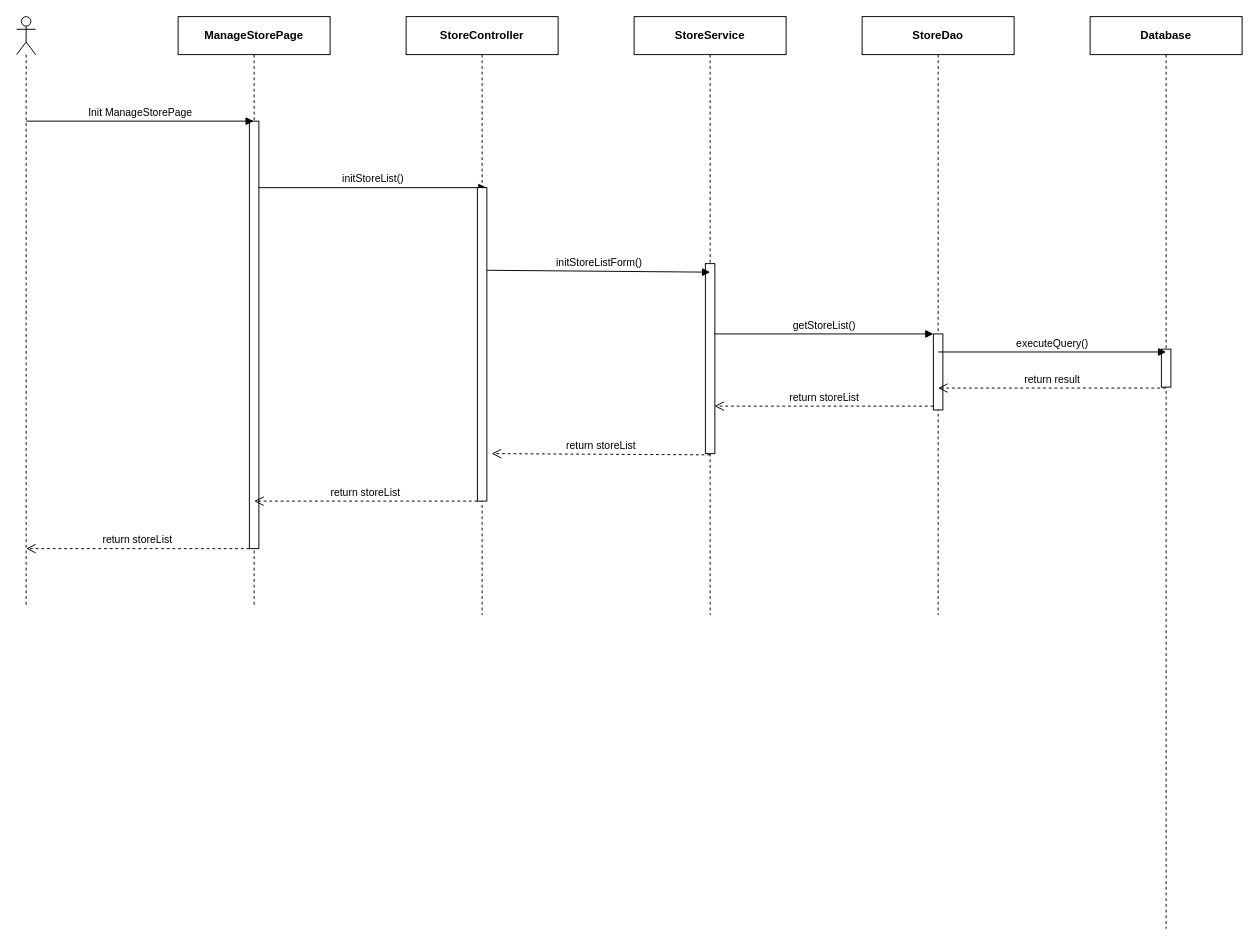
This is page "Ev01" (1 of 2) of 0. Create/Sequece/sc01/SC0100_StoreManage.drawio from luannmdev/CapstoneDocument, a draw.io file, before an edit. Source tidied: cells renumbered, new cells numbered last; positions are measured from the earlier drawing's top-left corner, leaving out a move shared by most shapes. Both pictures are drawn from the tidied source at 95%, with x=0, y=0 at pixel (16, 16).
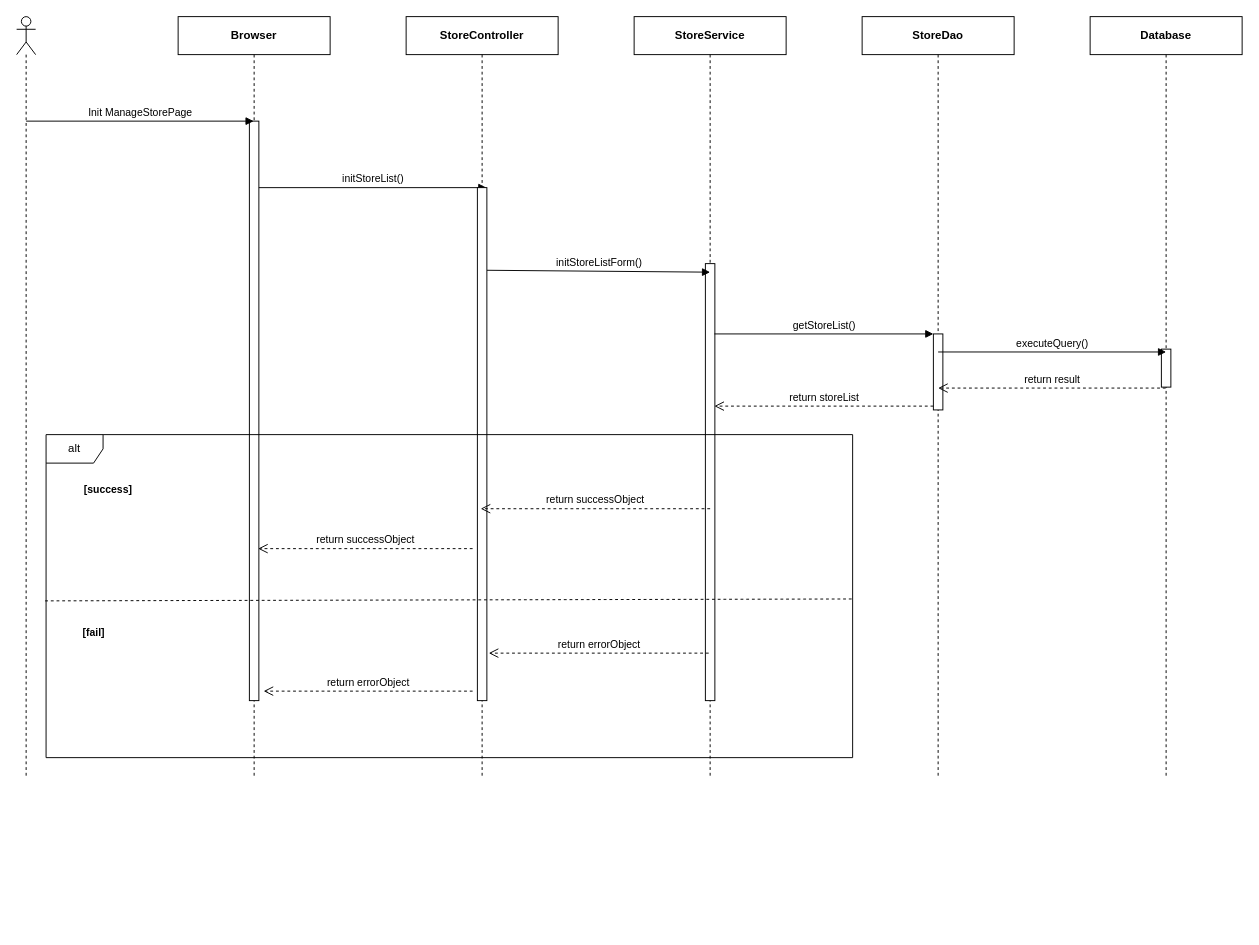
The same diagram, later.

Diff of the diagram source:
```diff
@@
     <mxCell id="2" style="shape=umlLifeline;participant=umlActor;perimeter=lifelinePerimeter;whiteSpace=wrap;html=1;verticalAlign=top;spacingTop=36;" parent="1" vertex="1">
-      <mxGeometry width="20" height="620" as="geometry" />
+      <mxGeometry width="20" height="800" as="geometry" />
     </mxCell>
-    <mxCell id="3" value="&lt;b&gt;ManageStorePage&lt;/b&gt;" style="shape=umlLifeline;perimeter=lifelinePerimeter;whiteSpace=wrap;html=1;outlineConnect=0;" parent="1" vertex="1">
-      <mxGeometry x="170" width="160" height="620" as="geometry" />
+    <mxCell id="3" value="&lt;b&gt;Browser&lt;/b&gt;" style="shape=umlLifeline;perimeter=lifelinePerimeter;whiteSpace=wrap;html=1;outlineConnect=0;" parent="1" vertex="1">
+      <mxGeometry x="170" width="160" height="800" as="geometry" />
     </mxCell>
     <mxCell id="4" style="html=1;perimeter=orthogonalPerimeter;" parent="3" vertex="1">
-      <mxGeometry x="75" y="110" width="10" height="450" as="geometry" />
+      <mxGeometry x="75" y="110" width="10" height="610" as="geometry" />
     </mxCell>
     <mxCell id="5" value="&lt;b&gt;StoreDao&lt;/b&gt;" style="shape=umlLifeline;perimeter=lifelinePerimeter;whiteSpace=wrap;html=1;" parent="1" vertex="1">
-      <mxGeometry x="890" width="160" height="630" as="geometry" />
+      <mxGeometry x="890" width="160" height="800" as="geometry" />
     </mxCell>
@@
     <mxCell id="7" value="&lt;b&gt;StoreService&lt;/b&gt;" style="shape=umlLifeline;perimeter=lifelinePerimeter;whiteSpace=wrap;html=1;" parent="1" vertex="1">
-      <mxGeometry x="650" width="160" height="630" as="geometry" />
+      <mxGeometry x="650" width="160" height="800" as="geometry" />
     </mxCell>
     <mxCell id="8" style="html=1;perimeter=orthogonalPerimeter;" parent="7" vertex="1">
-      <mxGeometry x="75" y="260" width="10" height="200" as="geometry" />
+      <mxGeometry x="75" y="260" width="10" height="460" as="geometry" />
     </mxCell>
@@
     <mxCell id="14" value="&lt;b&gt;Database&lt;/b&gt;" style="shape=umlLifeline;perimeter=lifelinePerimeter;whiteSpace=wrap;html=1;outlineConnect=0;" parent="1" vertex="1">
-      <mxGeometry x="1130" width="160" height="960" as="geometry" />
+      <mxGeometry x="1130" width="160" height="800" as="geometry" />
     </mxCell>
@@
-    <mxCell id="18" value="return storeList" style="html=1;verticalAlign=bottom;endArrow=open;dashed=1;endSize=8;" parent="1" edge="1">
-      <mxGeometry relative="1" as="geometry">
-        <mxPoint x="730" y="461.3" as="sourcePoint" />
-        <mxPoint x="500" y="460" as="targetPoint" />
-      </mxGeometry>
-    </mxCell>
-    <mxCell id="19" value="return storeList" style="html=1;verticalAlign=bottom;endArrow=open;dashed=1;endSize=8;" parent="1" edge="1">
-      <mxGeometry relative="1" as="geometry">
-        <mxPoint x="485" y="510" as="sourcePoint" />
-        <mxPoint x="250" y="510" as="targetPoint" />
-      </mxGeometry>
-    </mxCell>
     <mxCell id="20" value="&lt;b&gt;StoreController&lt;/b&gt;" style="shape=umlLifeline;perimeter=lifelinePerimeter;whiteSpace=wrap;html=1;" parent="1" vertex="1">
-      <mxGeometry x="410" width="160" height="630" as="geometry" />
+      <mxGeometry x="410" width="160" height="800" as="geometry" />
     </mxCell>
     <mxCell id="21" style="html=1;perimeter=orthogonalPerimeter;" parent="20" vertex="1">
-      <mxGeometry x="75" y="180" width="10" height="330" as="geometry" />
+      <mxGeometry x="75" y="180" width="10" height="540" as="geometry" />
     </mxCell>
-    <mxCell id="22" value="return storeList" style="html=1;verticalAlign=bottom;endArrow=open;dashed=1;endSize=8;" parent="1" edge="1">
-      <mxGeometry relative="1" as="geometry">
-        <mxPoint x="245" y="560" as="sourcePoint" />
-        <mxPoint x="10" y="560" as="targetPoint" />
-      </mxGeometry>
-    </mxCell>
+    <mxCell id="23" value="alt" style="shape=umlFrame;whiteSpace=wrap;html=1;" parent="1" vertex="1">
+      <mxGeometry x="31" y="440" width="849" height="340" as="geometry" />
+    </mxCell>
+    <mxCell id="24" value="&lt;span style=&quot;font-size: 11px ; background-color: rgb(255 , 255 , 255)&quot;&gt;&lt;b&gt;[success]&lt;/b&gt;&lt;/span&gt;" style="text;html=1;align=center;verticalAlign=middle;" parent="1" vertex="1">
+      <mxGeometry x="61" y="488" width="70" height="20" as="geometry" />
+    </mxCell>
+    <mxCell id="25" value="&lt;span style=&quot;font-size: 11px ; background-color: rgb(255 , 255 , 255)&quot;&gt;&lt;b&gt;[fail]&lt;/b&gt;&lt;/span&gt;" style="text;html=1;align=center;verticalAlign=middle;" parent="1" vertex="1">
+      <mxGeometry x="61" y="638" width="40" height="20" as="geometry" />
+    </mxCell>
+    <mxCell id="26" value="return errorObject" style="html=1;verticalAlign=bottom;endArrow=open;dashed=1;endSize=8;" parent="1" edge="1">
+      <mxGeometry relative="1" as="geometry">
+        <mxPoint x="480" y="710" as="sourcePoint" />
+        <mxPoint x="260" y="710" as="targetPoint" />
+      </mxGeometry>
+    </mxCell>
+    <mxCell id="27" value="return successObject" style="html=1;verticalAlign=bottom;endArrow=open;dashed=1;endSize=8;" parent="1" edge="1">
+      <mxGeometry relative="1" as="geometry">
+        <mxPoint x="480" y="560" as="sourcePoint" />
+        <mxPoint x="254.2" y="560" as="targetPoint" />
+      </mxGeometry>
+    </mxCell>
+    <mxCell id="28" value="return successObject" style="html=1;verticalAlign=bottom;endArrow=open;dashed=1;endSize=8;" parent="1" edge="1">
+      <mxGeometry relative="1" as="geometry">
+        <mxPoint x="730" y="518" as="sourcePoint" />
+        <mxPoint x="488.5" y="518" as="targetPoint" />
+      </mxGeometry>
+    </mxCell>
+    <mxCell id="29" value="return errorObject" style="html=1;verticalAlign=bottom;endArrow=open;dashed=1;endSize=8;" parent="1" edge="1">
+      <mxGeometry relative="1" as="geometry">
+        <mxPoint x="728.5" y="670" as="sourcePoint" />
+        <mxPoint x="497" y="670" as="targetPoint" />
+      </mxGeometry>
+    </mxCell>
+    <mxCell id="30" style="endArrow=none;dashed=1;html=1;exitX=-0.001;exitY=0.303;exitDx=0;exitDy=0;exitPerimeter=0;" parent="1" edge="1">
+      <mxGeometry relative="1" as="geometry">
+        <mxPoint x="30" y="615" as="sourcePoint" />
+        <mxPoint x="880" y="613" as="targetPoint" />
+      </mxGeometry>
+    </mxCell>
```
